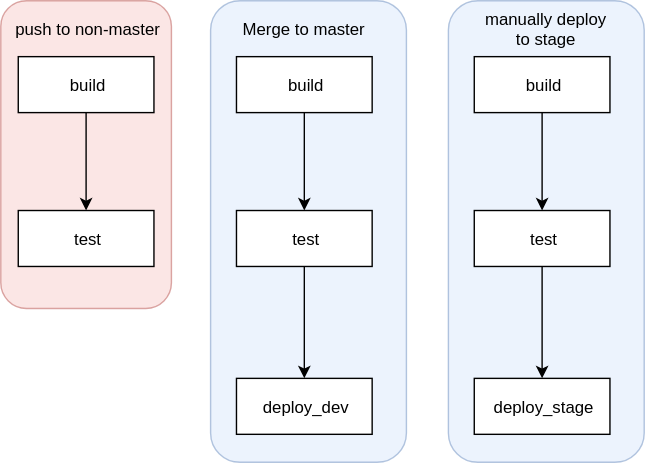
Earlier version of the draw.io export blog_assets/drone_jsonnet/pipelines.svg (shinglyu/shinglyu.github.io). Source tidied: cells renumbered, new cells last; positions are measured from the earlier drawing's top-left corner, leaving out a move shared by most shapes.
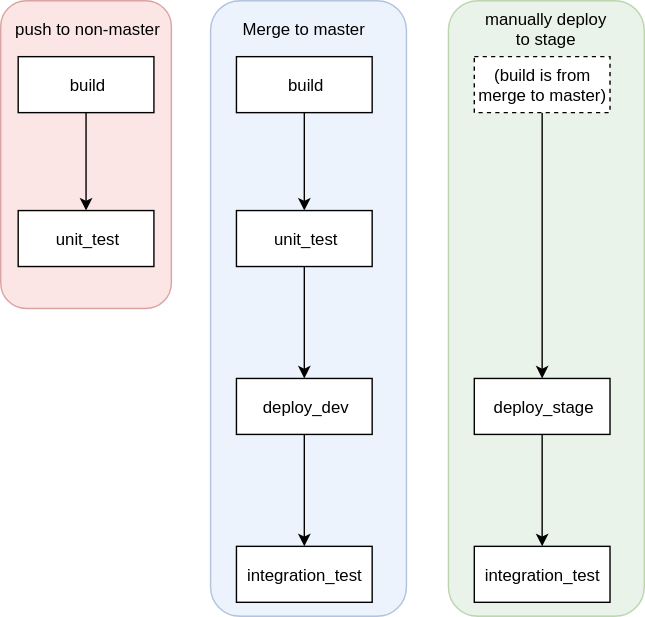
After the commit.

The edit, as a diff of the source:
```diff
@@ -2,14 +2,14 @@
   <root>
     <mxCell id="0" />
     <mxCell id="1" parent="0" />
-    <mxCell id="2" style="rounded=1;whiteSpace=wrap;html=1;fillColor=#dae8fc;strokeColor=#6c8ebf;opacity=50;" parent="1" vertex="1">
-      <mxGeometry x="320" width="140" height="330" as="geometry" />
+    <mxCell id="2" style="rounded=1;whiteSpace=wrap;html=1;fillColor=#d5e8d4;strokeColor=#82b366;opacity=50;" parent="1" vertex="1">
+      <mxGeometry x="320" width="140" height="440" as="geometry" />
     </mxCell>
     <mxCell id="3" style="rounded=1;whiteSpace=wrap;html=1;opacity=50;fillColor=#f8cecc;strokeColor=#b85450;" parent="1" vertex="1">
       <mxGeometry width="122" height="220" as="geometry" />
     </mxCell>
     <mxCell id="4" style="rounded=1;whiteSpace=wrap;html=1;fillColor=#dae8fc;strokeColor=#6c8ebf;opacity=50;" parent="1" vertex="1">
-      <mxGeometry x="150" width="140" height="330" as="geometry" />
+      <mxGeometry x="150" width="140" height="440" as="geometry" />
     </mxCell>
     <mxCell id="5" style="edgeStyle=orthogonalEdgeStyle;rounded=0;html=1;jettySize=auto;" parent="1" edge="1" source="6" target="7">
       <mxGeometry relative="1" as="geometry" />
@@ -17,12 +17,18 @@
     <mxCell id="6" value="build" style="rounded=0;whiteSpace=wrap;html=1;" parent="1" vertex="1">
       <mxGeometry x="12.5" y="40" width="97" height="40" as="geometry" />
     </mxCell>
-    <mxCell id="7" value="test" style="rounded=0;whiteSpace=wrap;html=1;" parent="1" vertex="1">
+    <mxCell id="7" value="unit_test" style="rounded=0;whiteSpace=wrap;html=1;" parent="1" vertex="1">
       <mxGeometry x="12.5" y="150" width="97" height="40" as="geometry" />
     </mxCell>
+    <mxCell id="21" style="edgeStyle=orthogonalEdgeStyle;rounded=0;jettySize=auto;html=1;" parent="1" edge="1" source="8" target="22">
+      <mxGeometry relative="1" as="geometry" />
+    </mxCell>
     <mxCell id="8" value="deploy_dev" style="rounded=0;whiteSpace=wrap;html=1;" parent="1" vertex="1">
       <mxGeometry x="168.5" y="270" width="97" height="40" as="geometry" />
     </mxCell>
+    <mxCell id="22" value="integration_test" style="rounded=0;whiteSpace=wrap;html=1;" parent="1" vertex="1">
+      <mxGeometry x="168.5" y="390" width="97" height="40" as="geometry" />
+    </mxCell>
     <mxCell id="9" value="Merge to master" style="text;html=1;strokeColor=none;fillColor=none;align=center;verticalAlign=middle;whiteSpace=wrap;rounded=0;" parent="1" vertex="1">
       <mxGeometry x="157" y="10" width="120" height="20" as="geometry" />
     </mxCell>
@@ -41,23 +47,23 @@
     <mxCell id="14" style="edgeStyle=orthogonalEdgeStyle;rounded=0;html=1;exitX=0.5;exitY=1;exitDx=0;exitDy=0;entryX=0.5;entryY=0;entryDx=0;entryDy=0;jettySize=auto;" parent="1" edge="1" source="15" target="8">
       <mxGeometry relative="1" as="geometry" />
     </mxCell>
-    <mxCell id="15" value="test" style="rounded=0;whiteSpace=wrap;html=1;" parent="1" vertex="1">
+    <mxCell id="15" value="unit_test" style="rounded=0;whiteSpace=wrap;html=1;" parent="1" vertex="1">
       <mxGeometry x="168.5" y="150" width="97" height="40" as="geometry" />
     </mxCell>
+    <mxCell id="23" style="edgeStyle=orthogonalEdgeStyle;rounded=0;jettySize=auto;html=1;" parent="1" edge="1" source="16" target="24">
+      <mxGeometry relative="1" as="geometry" />
+    </mxCell>
     <mxCell id="16" value="deploy_stage" style="rounded=0;whiteSpace=wrap;html=1;" parent="1" vertex="1">
       <mxGeometry x="338.5" y="270" width="97" height="40" as="geometry" />
     </mxCell>
-    <mxCell id="17" style="edgeStyle=orthogonalEdgeStyle;rounded=0;html=1;jettySize=auto;" parent="1" edge="1" source="18" target="20">
-      <mxGeometry relative="1" as="geometry" />
-    </mxCell>
-    <mxCell id="18" value="build" style="rounded=0;whiteSpace=wrap;html=1;" parent="1" vertex="1">
-      <mxGeometry x="338.5" y="40" width="97" height="40" as="geometry" />
-    </mxCell>
+    <mxCell id="24" value="integration_test" style="rounded=0;whiteSpace=wrap;html=1;" parent="1" vertex="1">
+      <mxGeometry x="338.5" y="390" width="97" height="40" as="geometry" />
+    </mxCell>
     <mxCell id="19" style="edgeStyle=orthogonalEdgeStyle;rounded=0;html=1;exitX=0.5;exitY=1;exitDx=0;exitDy=0;entryX=0.5;entryY=0;entryDx=0;entryDy=0;jettySize=auto;" parent="1" edge="1" source="20" target="16">
       <mxGeometry relative="1" as="geometry" />
     </mxCell>
-    <mxCell id="20" value="test" style="rounded=0;whiteSpace=wrap;html=1;" parent="1" vertex="1">
-      <mxGeometry x="338.5" y="150" width="97" height="40" as="geometry" />
+    <mxCell id="20" value="(build is from merge to master)" style="rounded=0;whiteSpace=wrap;html=1;dashed=1;" parent="1" vertex="1">
+      <mxGeometry x="338.5" y="40" width="97" height="40" as="geometry" />
     </mxCell>
   </root>
 </mxGraphModel>
```
